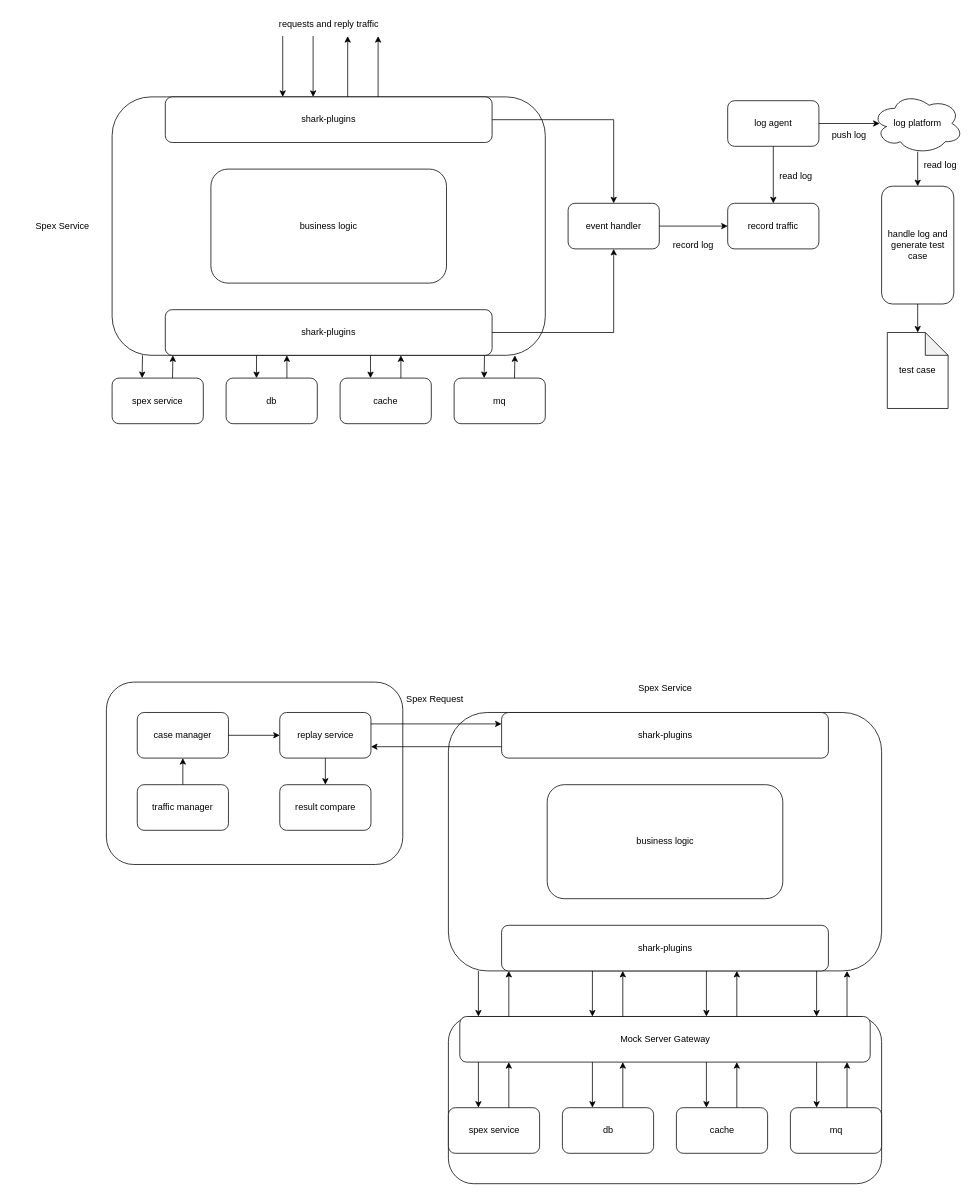
Above: shark.drawio in zzw55486402/20200626 (draw.io), before the change. Source tidied: cells renumbered, new cells numbered last; positions are measured from the earlier drawing's top-left corner, leaving out a move shared by most shapes. Both pictures are drawn from the tidied source at 76%, with x=0, y=0 at pixel (13, 13).
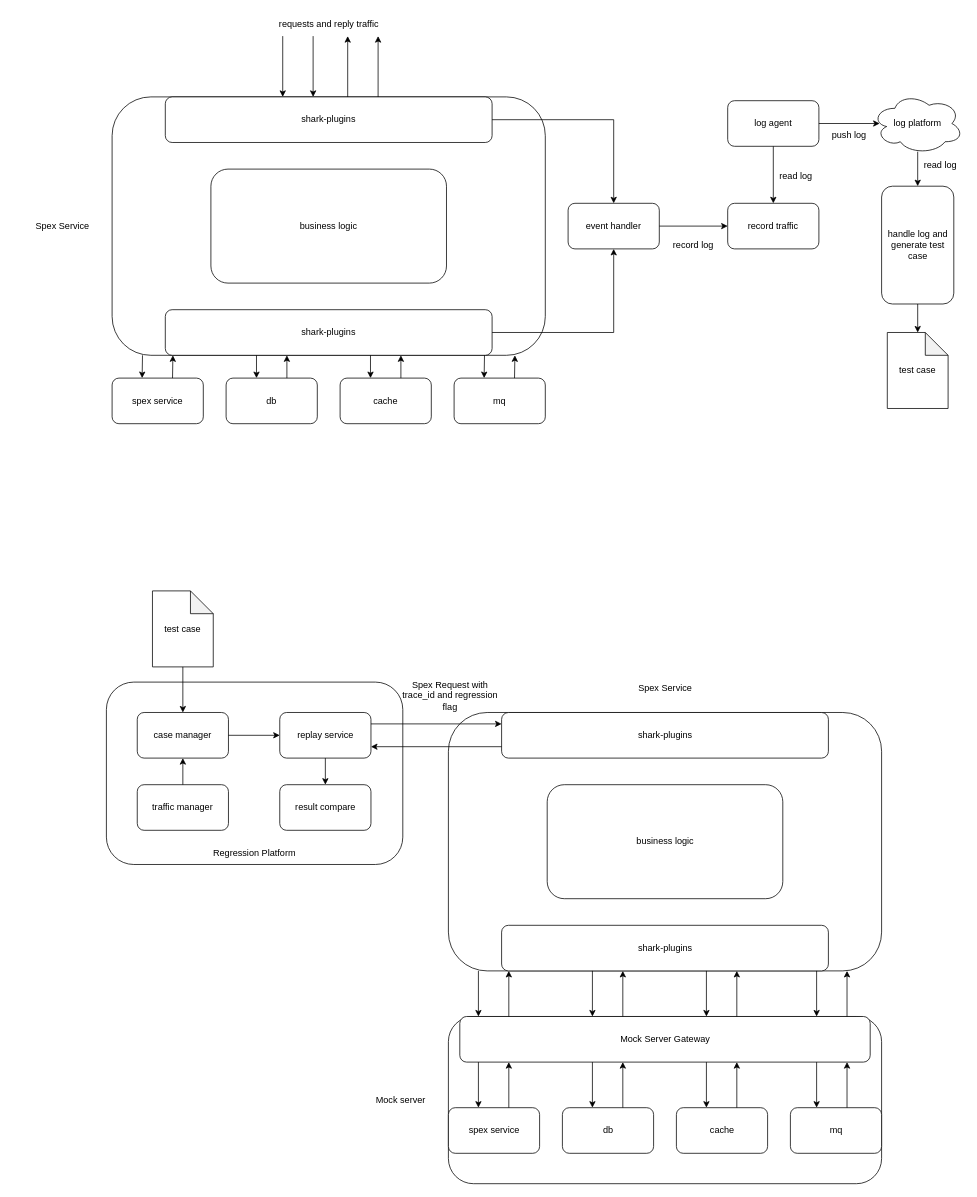
After the change.

Unchanged cells that the change refers to:
```xml
<mxCell id="42" value="case manager" style="rounded=1;whiteSpace=wrap;html=1;" parent="1" vertex="1">
  <mxGeometry x="163.1" y="920" width="120" height="60" as="geometry" />
</mxCell>
```

What changed in the source:
```diff
@@
-    <mxCell id="73" value="Spex Request" style="text;html=1;strokeColor=none;fillColor=none;align=center;verticalAlign=middle;whiteSpace=wrap;rounded=0;" parent="1" vertex="1">
-      <mxGeometry x="490" y="885" width="130" height="35" as="geometry" />
+    <mxCell id="73" value="Spex Request with trace_id and regression flag" style="text;html=1;strokeColor=none;fillColor=none;align=center;verticalAlign=middle;whiteSpace=wrap;rounded=0;" parent="1" vertex="1">
+      <mxGeometry x="510" y="880" width="130" height="35" as="geometry" />
     </mxCell>
@@
+    <mxCell id="79" value="Regression Platform" style="text;html=1;strokeColor=none;fillColor=none;align=center;verticalAlign=middle;whiteSpace=wrap;rounded=0;" parent="1" vertex="1">
+      <mxGeometry x="251.2" y="1090" width="132.5" height="30" as="geometry" />
+    </mxCell>
+    <mxCell id="80" value="Mock server" style="text;html=1;strokeColor=none;fillColor=none;align=center;verticalAlign=middle;whiteSpace=wrap;rounded=0;" parent="1" vertex="1">
+      <mxGeometry x="460" y="1415" width="100" height="30" as="geometry" />
+    </mxCell>
+    <mxCell id="81" value="test case" style="shape=note;whiteSpace=wrap;html=1;backgroundOutline=1;darkOpacity=0.05;" parent="1" vertex="1">
+      <mxGeometry x="183.1" y="760" width="80" height="100" as="geometry" />
+    </mxCell>
+    <mxCell id="82" style="endArrow=classic;html=1;rounded=0;exitX=0.5;exitY=1;exitDx=0;exitDy=0;exitPerimeter=0;entryX=0.5;entryY=0;entryDx=0;entryDy=0;" parent="1" edge="1" source="81" target="42">
+      <mxGeometry relative="1" as="geometry" />
+    </mxCell>
```
